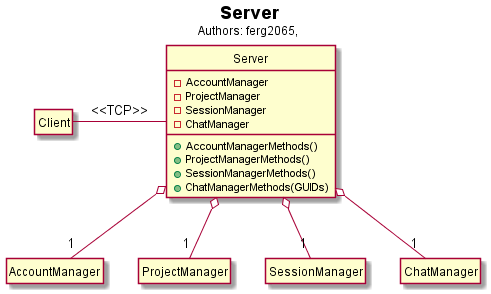
Above: hw3/Server/server.png in voxelv/sQuire_kw (PlantUML), before the change.
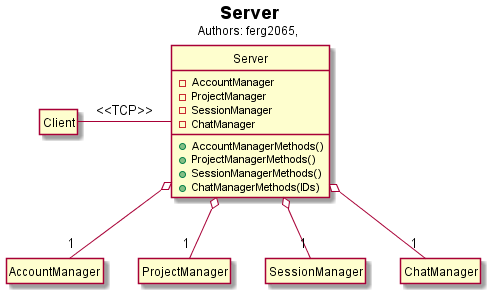
After the commit.

The edit, as a diff of the source:
```diff
@@ -13,7 +13,7 @@
 	+AccountManagerMethods()
 	+ProjectManagerMethods()
 	+SessionManagerMethods()
-	+ChatManagerMethods(GUIDs)
+	+ChatManagerMethods(IDs)
 	}
 class "AccountManager" as sqs_ua_m
 class "ProjectManager" as sqs_pr_m
```
